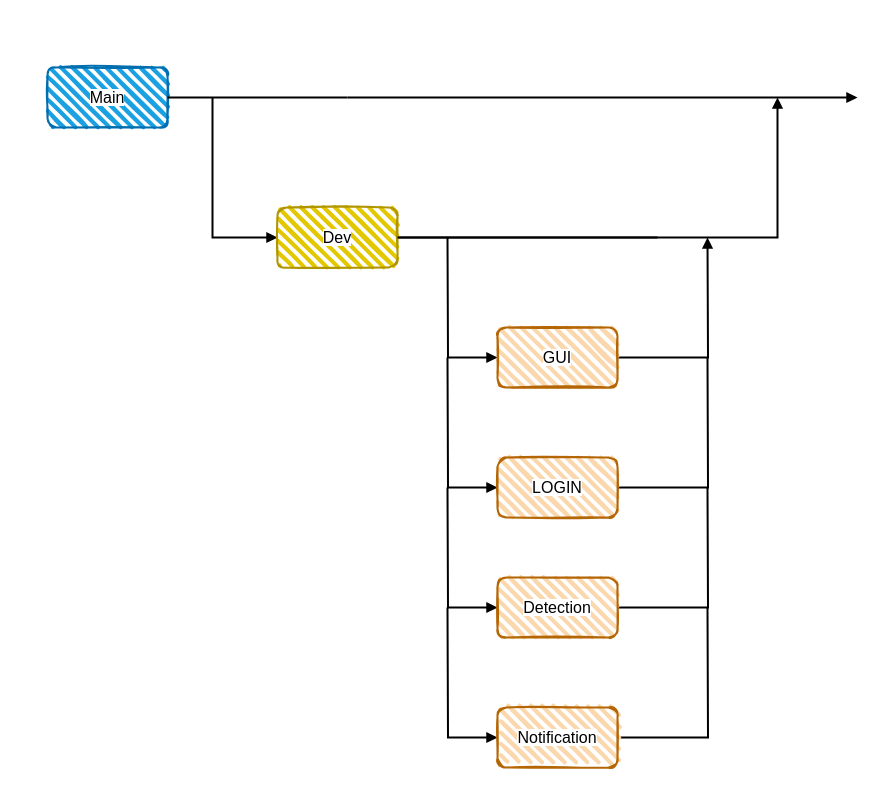
astrrr/Right-posture keeps this draw.io diagram as Design/Git_manage.drawio. Above is the earlier version. Source tidied: cells renumbered, new cells numbered last; positions are measured from the earlier drawing's top-left corner, leaving out a move shared by most shapes. Both pictures are drawn from the tidied source at 100%, with x=0, y=0 at pixel (47, 67).
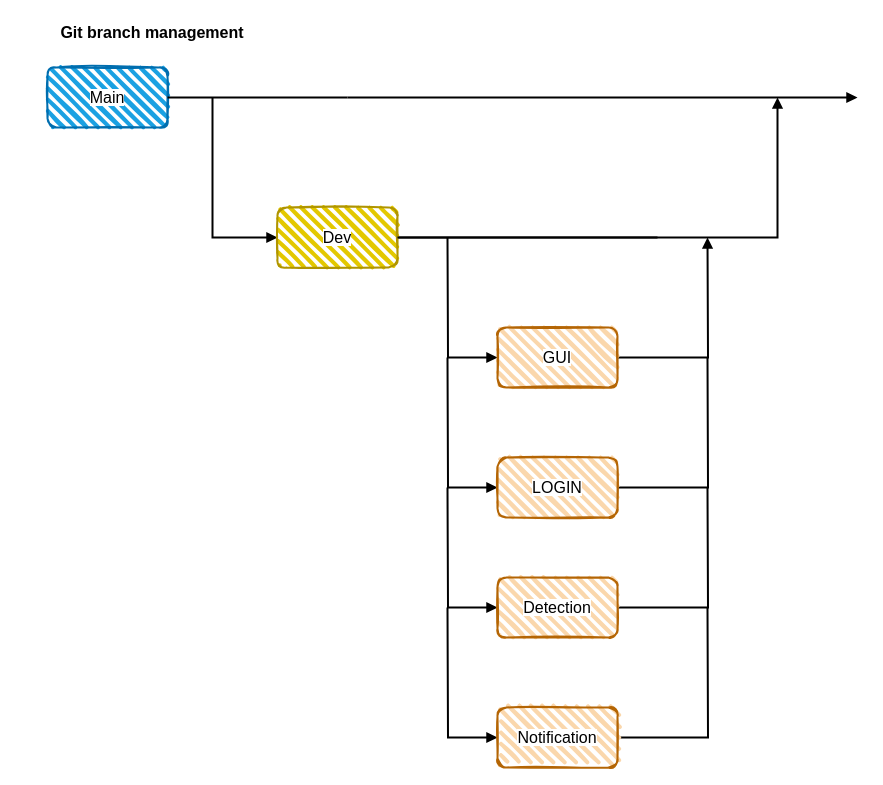
Above is the later version.

Commit message:
Update Git_manage

The edit, as a diff of the source:
```diff
@@
+    <mxCell id="21" value="Git branch management" style="text;html=1;strokeColor=none;fillColor=none;align=center;verticalAlign=middle;whiteSpace=wrap;rounded=0;fontStyle=1;fontSize=16;" parent="1" vertex="1">
+      <mxGeometry x="-30" y="-50" width="270" height="30" as="geometry" />
+    </mxCell>
```
